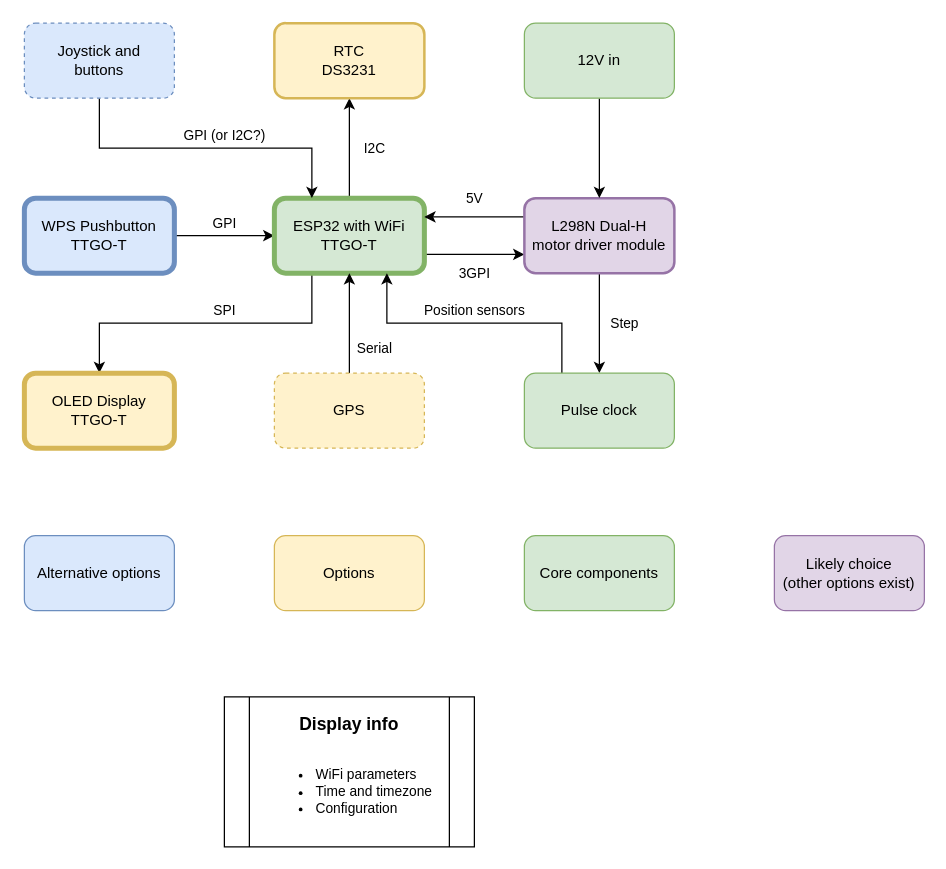
Before: page "Block diagram" (1 of 5) of PulseClock block diagram.drawio in MikeEllis-T67M/DGclock, a draw.io diagram. Source tidied: cells renumbered, new cells numbered last; positions are measured from the earlier drawing's top-left corner, leaving out a move shared by most shapes. Both pictures are drawn from the tidied source at 125%, with x=0, y=0 at pixel (24, 22).
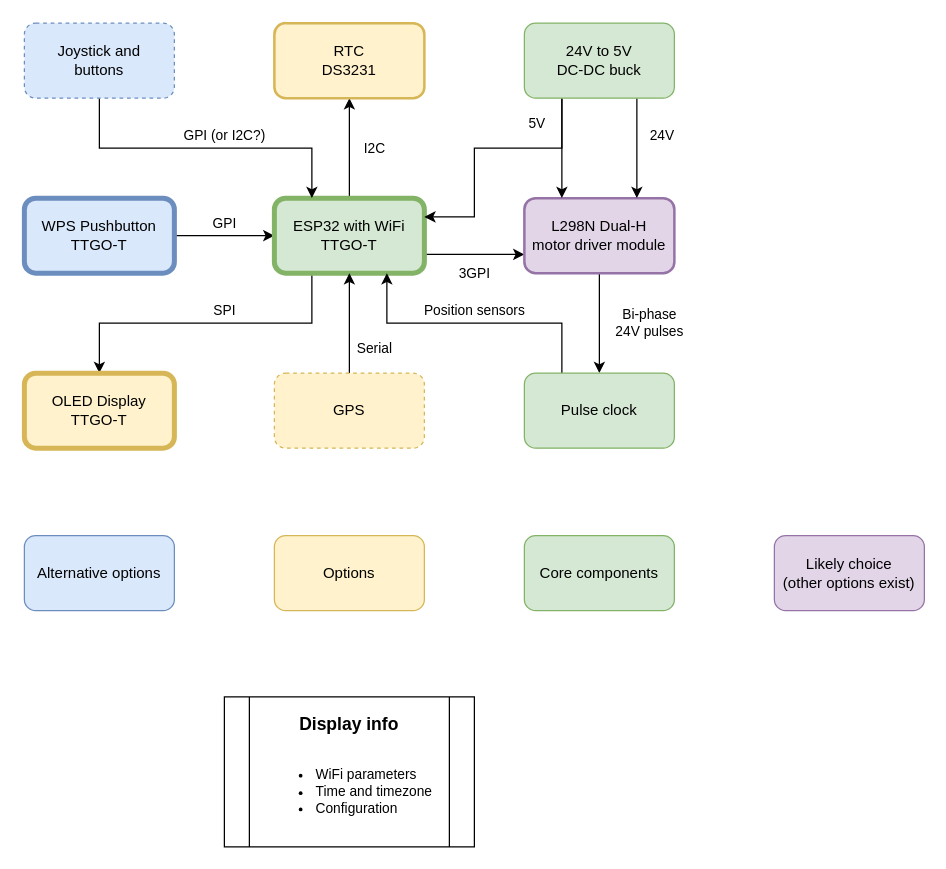
After the change.

Commit message:
More detail around power supply arrangements

Unchanged cells that the change refers to:
```xml
<mxCell id="6" value="ESP32 with WiFi&lt;br&gt;TTGO-T" style="rounded=1;whiteSpace=wrap;html=1;fillColor=#d5e8d4;strokeColor=#82b366;strokeWidth=4;" parent="1" vertex="1">
  <mxGeometry x="200" y="140" width="120" height="60" as="geometry" />
</mxCell>
<mxCell id="14" value="L298N Dual-H &lt;br&gt;motor driver module" style="rounded=1;whiteSpace=wrap;html=1;fillColor=#e1d5e7;strokeColor=#9673a6;strokeWidth=2;" parent="1" vertex="1">
  <mxGeometry x="400" y="140" width="120" height="60" as="geometry" />
</mxCell>
<mxCell id="16" value="Pulse clock" style="rounded=1;whiteSpace=wrap;html=1;fillColor=#d5e8d4;strokeColor=#82b366;" parent="1" vertex="1">
  <mxGeometry x="400" y="280" width="120" height="60" as="geometry" />
</mxCell>
```

Diff of the diagram source:
```diff
@@
-    <mxCell id="12" value="Step" style="edgeStyle=orthogonalEdgeStyle;rounded=0;jettySize=auto;html=1;" parent="1" edge="1" source="14" target="16">
-      <mxGeometry y="20" relative="1" as="geometry">
+    <mxCell id="12" value="Bi-phase&lt;br&gt;24V pulses" style="edgeStyle=orthogonalEdgeStyle;rounded=0;jettySize=auto;html=1;" parent="1" edge="1" source="14" target="16">
+      <mxGeometry y="40" relative="1" as="geometry">
         <Array as="points">
           <mxPoint x="460" y="220" />
           <mxPoint x="460" y="220" />
         </Array>
       </mxGeometry>
     </mxCell>
-    <mxCell id="13" value="5V" style="edgeStyle=orthogonalEdgeStyle;rounded=0;jettySize=auto;html=1;exitX=0;exitY=0.25;exitDx=0;exitDy=0;entryX=1;entryY=0.25;entryDx=0;entryDy=0;" parent="1" edge="1" source="14" target="6">
-      <mxGeometry y="-15" relative="1" as="geometry" />
+    <mxCell id="13" value="5V" style="edgeStyle=orthogonalEdgeStyle;rounded=0;jettySize=auto;html=1;exitX=0.25;exitY=1;exitDx=0;exitDy=0;entryX=1;entryY=0.25;entryDx=0;entryDy=0;" parent="1" edge="1" source="18" target="6">
+      <mxGeometry x="-0.41" y="-20" relative="1" as="geometry">
+        <Array as="points">
+          <mxPoint x="430" y="100" />
+          <mxPoint x="360" y="100" />
+          <mxPoint x="360" y="155" />
+        </Array>
+      </mxGeometry>
     </mxCell>
@@
-    <mxCell id="17" style="edgeStyle=orthogonalEdgeStyle;rounded=0;jettySize=auto;html=1;exitX=0.5;exitY=1;exitDx=0;exitDy=0;entryX=0.5;entryY=0;entryDx=0;entryDy=0;" parent="1" edge="1" source="18" target="14">
+    <mxCell id="17" style="edgeStyle=orthogonalEdgeStyle;rounded=0;jettySize=auto;html=1;exitX=0.25;exitY=1;exitDx=0;exitDy=0;entryX=0.25;entryY=0;entryDx=0;entryDy=0;" parent="1" edge="1" source="18" target="14">
       <mxGeometry relative="1" as="geometry" />
     </mxCell>
+    <mxCell id="26" value="24V" style="edgeStyle=orthogonalEdgeStyle;rounded=0;jettySize=auto;html=1;exitX=0.75;exitY=1;exitDx=0;exitDy=0;entryX=0.75;entryY=0;entryDx=0;entryDy=0;" parent="1" edge="1" source="18" target="14">
+      <mxGeometry x="-0.25" y="20" relative="1" as="geometry" />
+    </mxCell>
-    <mxCell id="18" value="12V in" style="rounded=1;whiteSpace=wrap;html=1;fillColor=#d5e8d4;strokeColor=#82b366;" parent="1" vertex="1">
+    <mxCell id="18" value="24V to 5V&lt;br&gt;DC-DC buck" style="rounded=1;whiteSpace=wrap;html=1;fillColor=#d5e8d4;strokeColor=#82b366;" parent="1" vertex="1">
       <mxGeometry x="400" width="120" height="60" as="geometry" />
     </mxCell>
```
